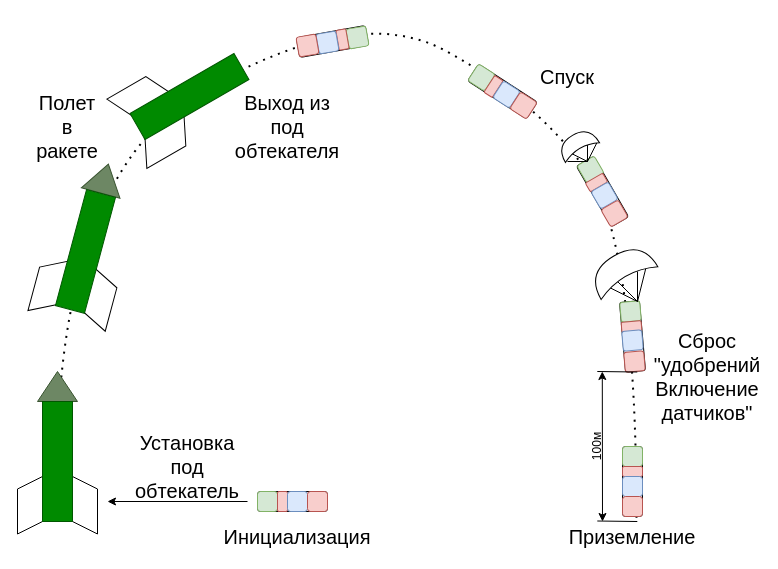
The draw.io diagram doc/План полета.drawio in cansat-tsniimash/cansat-G_R_I_B-2024-2025, before the edit. Source tidied: cells renumbered, new cells numbered last; positions are measured from the earlier drawing's top-left corner, leaving out a move shared by most shapes. Both pictures are drawn from the tidied source at 100%, with x=0, y=0 at pixel (17, 1).
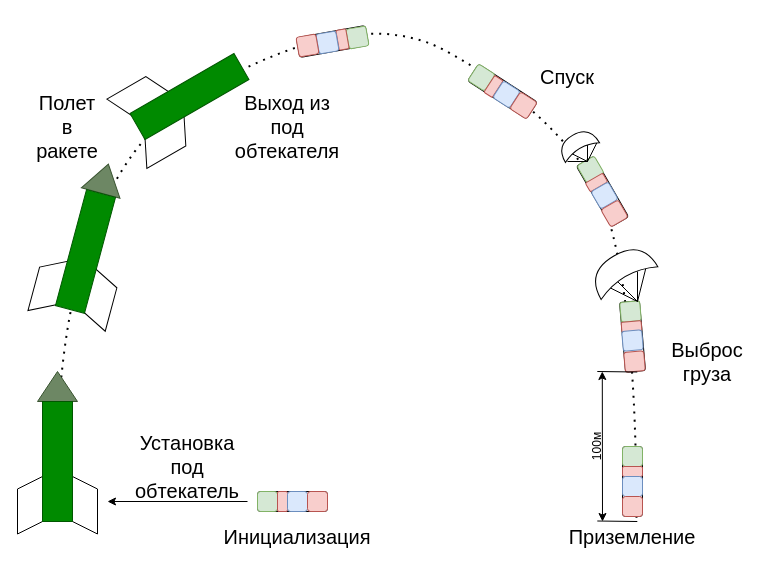
Above is the later version.

Commit message (it also covers changes not shown here):
снова поправил

Change to the diagram source:
```diff
@@
-    <mxCell id="71" value="Сброс&lt;br&gt;&quot;удобрений&lt;br&gt;Включение датчиков&quot;" style="text;html=1;align=center;verticalAlign=middle;whiteSpace=wrap;rounded=0;fontSize=20;" parent="1" vertex="1">
-      <mxGeometry x="660" y="360" width="60" height="30" as="geometry" />
+    <mxCell id="71" value="Выброс&lt;div&gt;груза&lt;/div&gt;" style="text;html=1;align=center;verticalAlign=middle;whiteSpace=wrap;rounded=0;fontSize=20;" parent="1" vertex="1">
+      <mxGeometry x="645" y="345" width="90" height="30" as="geometry" />
     </mxCell>
```
